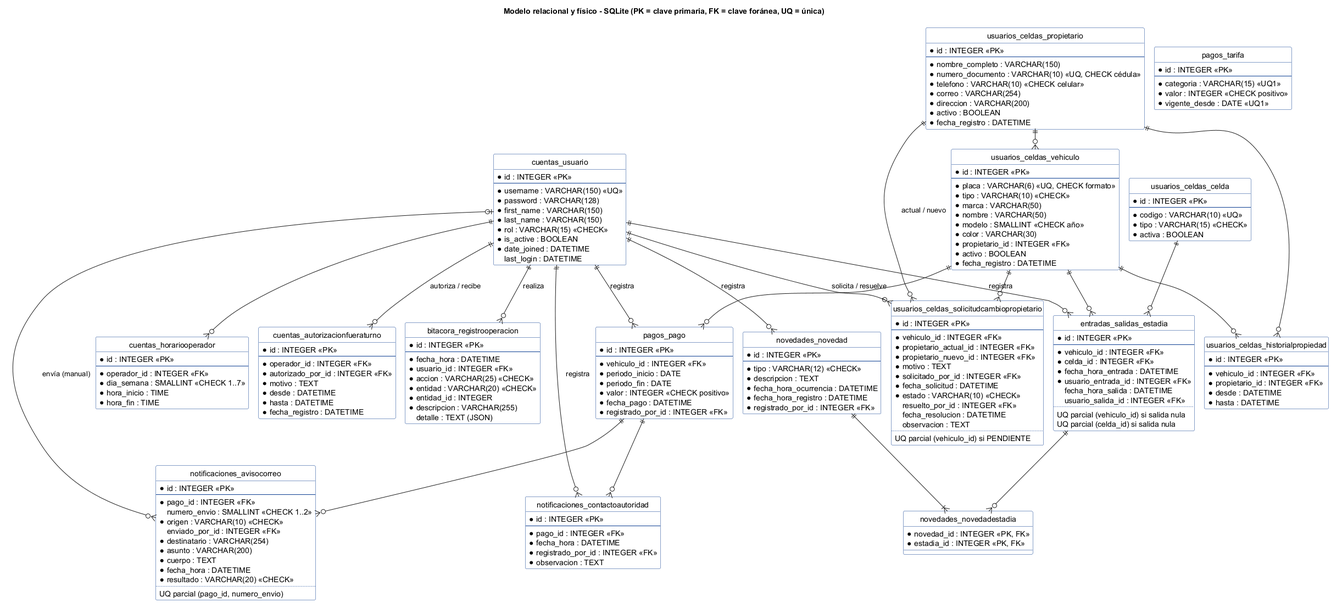
Before: docs/latex/diagrams/datos/MR-01_Relacional.png, a diagram exported from PlantUML (NotDual2024/Autos-Colombia-Equipo-31-Actualizacion).
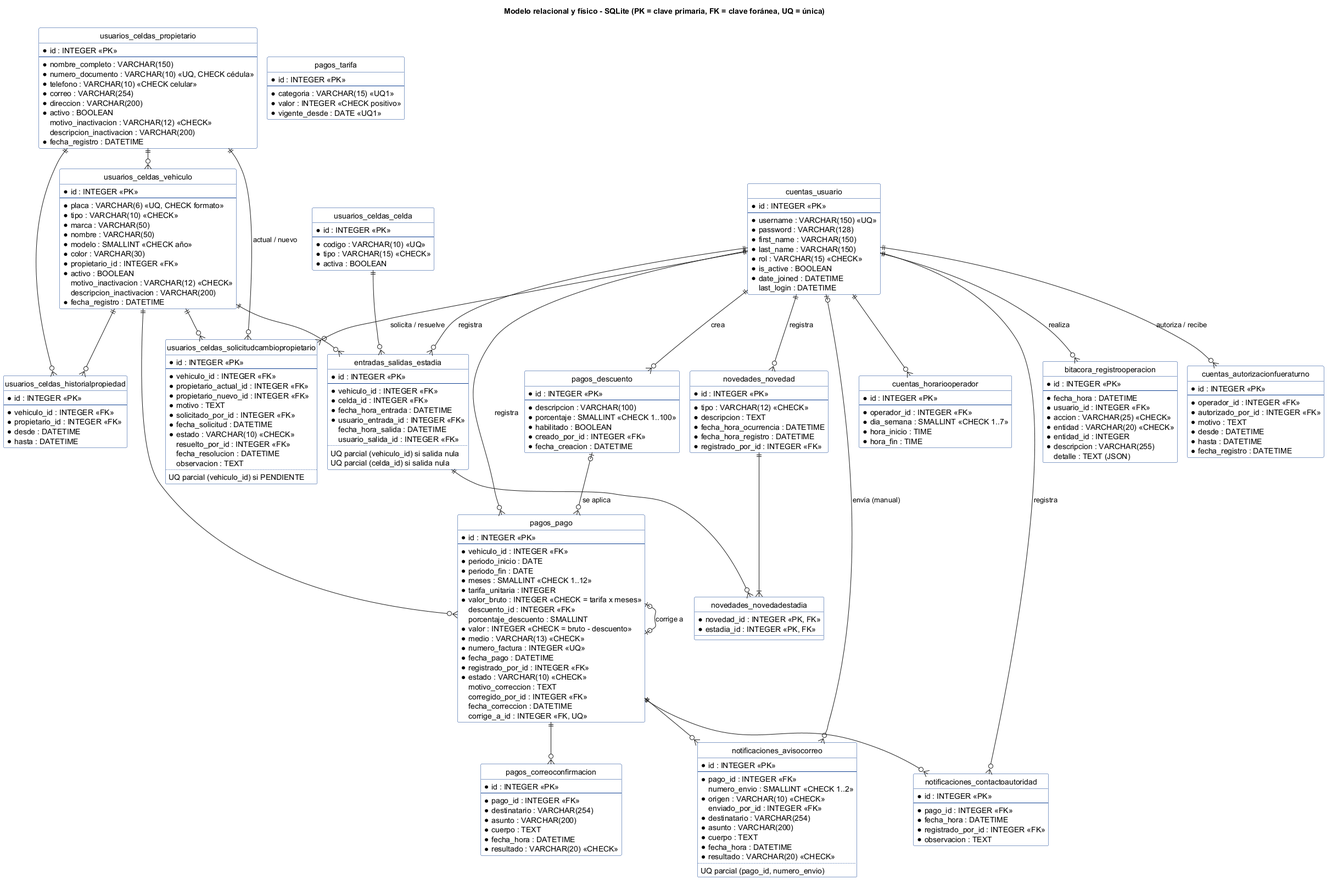
The same diagram one commit later.

Diff of the diagram source:
```diff
@@ -37,6 +37,8 @@
   * correo : VARCHAR(254)
   * direccion : VARCHAR(200)
   * activo : BOOLEAN
+    motivo_inactivacion : VARCHAR(12) <<CHECK>>
+    descripcion_inactivacion : VARCHAR(200)
   * fecha_registro : DATETIME
 }
 entity "usuarios_celdas_vehiculo" as vehiculo {
@@ -50,6 +52,8 @@
   * color : VARCHAR(30)
   * propietario_id : INTEGER <<FK>>
   * activo : BOOLEAN
+    motivo_inactivacion : VARCHAR(12) <<CHECK>>
+    descripcion_inactivacion : VARCHAR(200)
   * fecha_registro : DATETIME
 }
 entity "usuarios_celdas_celda" as celda {
@@ -117,9 +121,40 @@
   * vehiculo_id : INTEGER <<FK>>
   * periodo_inicio : DATE
   * periodo_fin : DATE
-  * valor : INTEGER <<CHECK positivo>>
+  * meses : SMALLINT <<CHECK 1..12>>
+  * tarifa_unitaria : INTEGER
+  * valor_bruto : INTEGER <<CHECK = tarifa x meses>>
+    descuento_id : INTEGER <<FK>>
+    porcentaje_descuento : SMALLINT
+  * valor : INTEGER <<CHECK = bruto - descuento>>
+  * medio : VARCHAR(13) <<CHECK>>
+  * numero_factura : INTEGER <<UQ>>
   * fecha_pago : DATETIME
   * registrado_por_id : INTEGER <<FK>>
+  * estado : VARCHAR(10) <<CHECK>>
+    motivo_correccion : TEXT
+    corregido_por_id : INTEGER <<FK>>
+    fecha_correccion : DATETIME
+    corrige_a_id : INTEGER <<FK, UQ>>
+}
+entity "pagos_descuento" as descuento {
+  * id : INTEGER <<PK>>
+  --
+  * descripcion : VARCHAR(100)
+  * porcentaje : SMALLINT <<CHECK 1..100>>
+  * habilitado : BOOLEAN
+  * creado_por_id : INTEGER <<FK>>
+  * fecha_creacion : DATETIME
+}
+entity "pagos_correoconfirmacion" as confirmacion {
+  * id : INTEGER <<PK>>
+  --
+  * pago_id : INTEGER <<FK>>
+  * destinatario : VARCHAR(254)
+  * asunto : VARCHAR(200)
+  * cuerpo : TEXT
+  * fecha_hora : DATETIME
+  * resultado : VARCHAR(20) <<CHECK>>
 }
 entity "entradas_salidas_estadia" as estadia {
   * id : INTEGER <<PK>>
@@ -192,4 +227,8 @@
 propietario ||--o{ solicitud : actual / nuevo
 usuario ||--o{ solicitud : solicita / resuelve
 usuario ||--o{ bitacora : realiza
+descuento |o--o{ pago : se aplica
+pago |o--o| pago : corrige a
+pago ||--o{ confirmacion
+usuario ||--o{ descuento : crea
 @enduml
```
